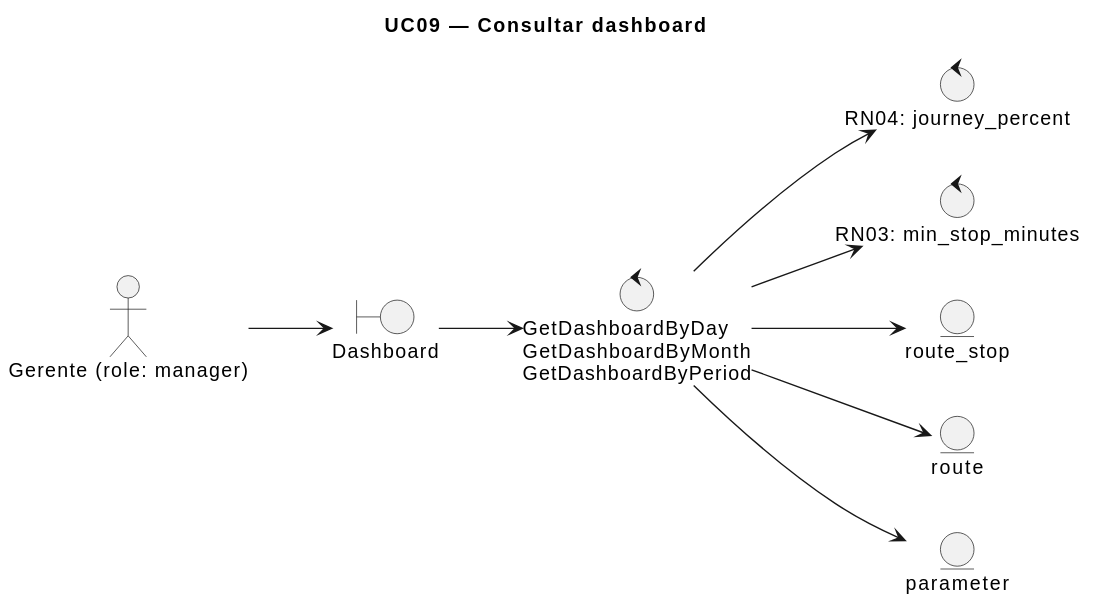
Above: docs/especificacao/diagrams/robustez-uc09-dashboard.svg in xendak/terminus (PlantUML), before the change.
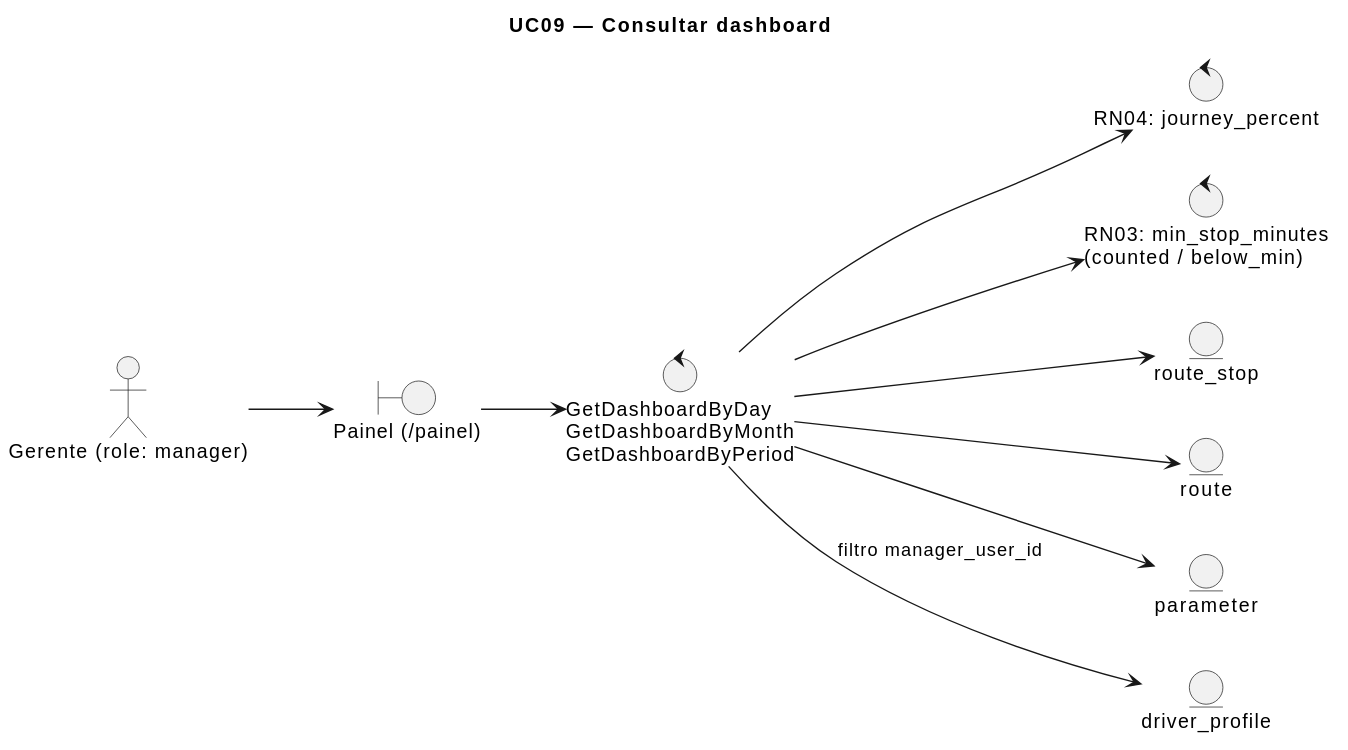
The same file after the commit.

Diff of the diagram source:
```diff
@@ -4,19 +4,21 @@
 title UC09 — Consultar dashboard
 
 actor "Gerente (role: manager)" as Gerente
-boundary "Dashboard" as B1
+boundary "Painel (/painel)" as B1
 control "GetDashboardByDay\nGetDashboardByMonth\nGetDashboardByPeriod" as C1
 control "RN04: journey_percent" as C2
-control "RN03: min_stop_minutes" as C3
+control "RN03: min_stop_minutes\n(counted / below_min)" as C3
 entity "route_stop" as E1
 entity "route" as E2
 entity "parameter" as E3
+entity "driver_profile" as E4
 
 Gerente --> B1
 B1 --> C1
 C1 --> E1
 C1 --> E2
 C1 --> E3
+C1 --> E4 : filtro manager_user_id
 C1 --> C2
 C1 --> C3
 @enduml
```
